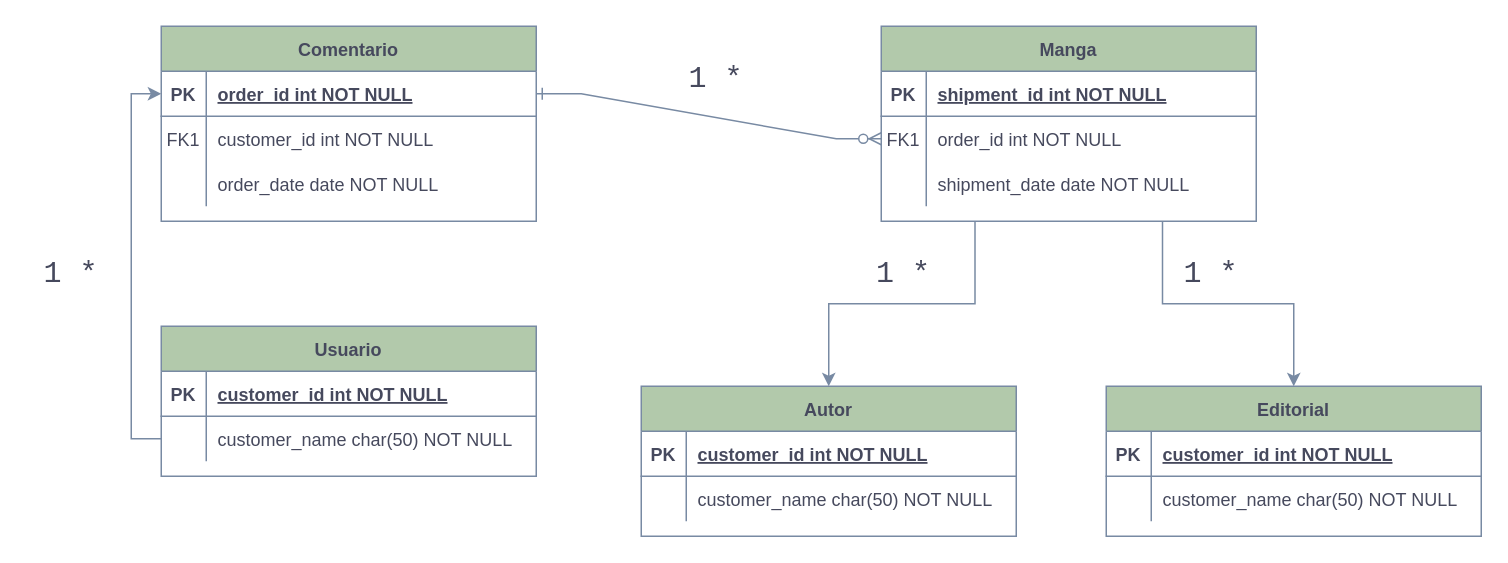
Earlier version of the draw.io diagram Documentation/e-r.drawio (Aikarubi/Nova-manga). Source tidied: cells renumbered, new cells numbered last; positions are measured from the earlier drawing's top-left corner, leaving out a move shared by most shapes. Both pictures are drawn from the tidied source at 150%, with x=0, y=0 at pixel (26, 26).
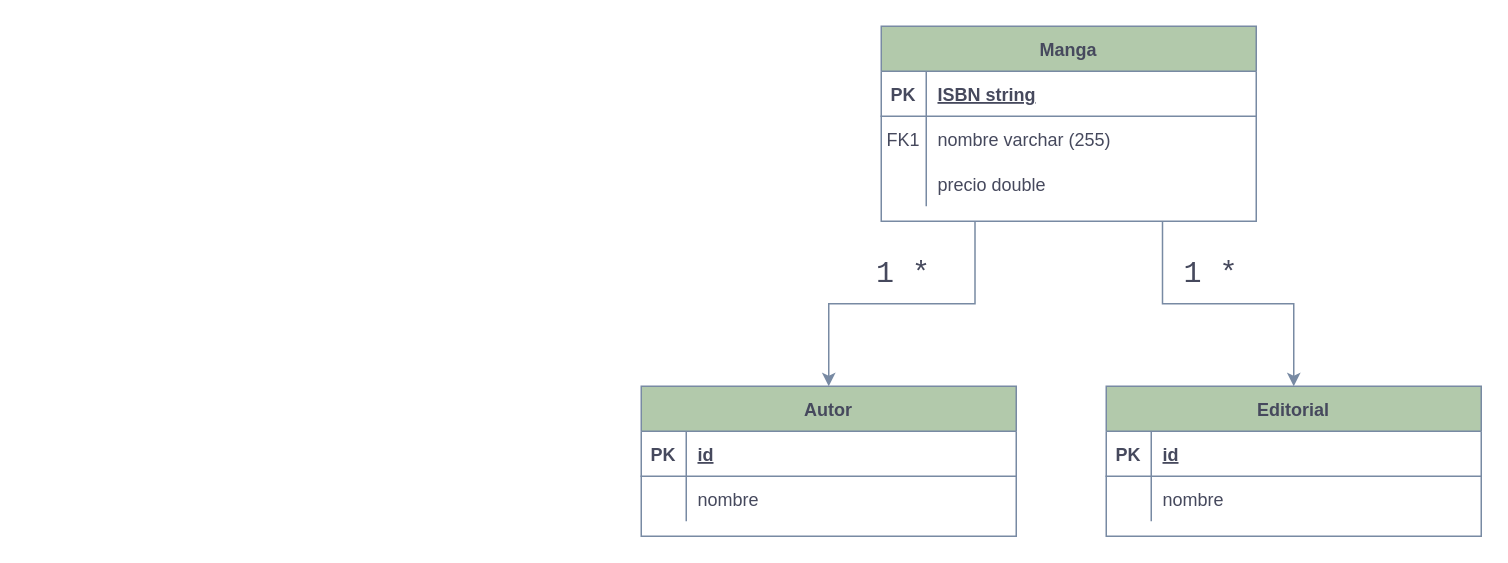
Above is the later version.

The change refers to these unchanged cells:
```xml
<mxCell id="14" style="shape=partialRectangle;fillColor=none;top=0;left=0;right=0;bottom=1;labelBackgroundColor=none;strokeColor=#788AA3;fontColor=#46495D;rounded=0;" parent="13" vertex="1">
  <mxGeometry y="30" width="250" height="30" as="geometry" />
</mxCell>
<mxCell id="17" style="shape=partialRectangle;fillColor=none;points=[[0,0.5],[1,0.5]];portConstraint=eastwest;top=0;left=0;right=0;bottom=0;labelBackgroundColor=none;strokeColor=#788AA3;fontColor=#46495D;rounded=0;" parent="13" vertex="1">
  <mxGeometry y="60" width="250" height="30" as="geometry" />
</mxCell>
<mxCell id="20" style="shape=partialRectangle;fillColor=none;top=0;left=0;right=0;bottom=0;labelBackgroundColor=none;strokeColor=#788AA3;fontColor=#46495D;rounded=0;" parent="13" vertex="1">
  <mxGeometry y="90" width="250" height="30" as="geometry" />
</mxCell>
<mxCell id="31" style="shape=partialRectangle;fillColor=none;top=0;left=0;right=0;bottom=1;labelBackgroundColor=none;strokeColor=#788AA3;fontColor=#46495D;rounded=0;" parent="30" vertex="1">
  <mxGeometry y="30" width="250" height="30" as="geometry" />
</mxCell>
<mxCell id="34" style="shape=partialRectangle;fillColor=none;top=0;left=0;right=0;bottom=0;labelBackgroundColor=none;strokeColor=#788AA3;fontColor=#46495D;rounded=0;" parent="30" vertex="1">
  <mxGeometry y="60" width="250" height="30" as="geometry" />
</mxCell>
<mxCell id="38" style="shape=partialRectangle;fillColor=none;top=0;left=0;right=0;bottom=1;labelBackgroundColor=none;strokeColor=#788AA3;fontColor=#46495D;rounded=0;" parent="37" vertex="1">
  <mxGeometry y="30" width="250" height="30" as="geometry" />
</mxCell>
<mxCell id="41" style="shape=partialRectangle;fillColor=none;top=0;left=0;right=0;bottom=0;labelBackgroundColor=none;strokeColor=#788AA3;fontColor=#46495D;rounded=0;" parent="37" vertex="1">
  <mxGeometry y="60" width="250" height="30" as="geometry" />
</mxCell>
```

What changed in the source:
```diff
@@
-    <mxCell id="2" style="edgeStyle=entityRelationEdgeStyle;endArrow=ERzeroToMany;startArrow=ERone;endFill=1;startFill=0;labelBackgroundColor=none;strokeColor=#788AA3;fontColor=default;rounded=0;" parent="1" edge="1" source="4" target="17">
-      <mxGeometry relative="1" as="geometry" />
-    </mxCell>
-    <mxCell id="3" value="Comentario" style="shape=table;startSize=30;childLayout=tableLayout;rowLines=0;fontStyle=1;align=center;labelBackgroundColor=none;fillColor=#B2C9AB;strokeColor=#788AA3;fontColor=#46495D;rounded=0;" parent="1" vertex="1">
-      <mxGeometry x="90" width="250" height="130" as="geometry" />
-    </mxCell>
-    <mxCell id="4" style="shape=partialRectangle;fillColor=none;points=[[0,0.5],[1,0.5]];portConstraint=eastwest;top=0;left=0;right=0;bottom=1;labelBackgroundColor=none;strokeColor=#788AA3;fontColor=#46495D;rounded=0;" parent="3" vertex="1">
-      <mxGeometry y="30" width="250" height="30" as="geometry" />
-    </mxCell>
-    <mxCell id="5" value="PK" style="shape=partialRectangle;overflow=hidden;fillColor=none;top=0;left=0;bottom=0;right=0;fontStyle=1;labelBackgroundColor=none;strokeColor=#788AA3;fontColor=#46495D;rounded=0;" parent="4" vertex="1">
-      <mxGeometry width="30" height="30" as="geometry" />
-    </mxCell>
-    <mxCell id="6" value="order_id int NOT NULL " style="shape=partialRectangle;overflow=hidden;fillColor=none;top=0;left=0;bottom=0;right=0;align=left;spacingLeft=6;fontStyle=5;labelBackgroundColor=none;strokeColor=#788AA3;fontColor=#46495D;rounded=0;" parent="4" vertex="1">
-      <mxGeometry x="30" width="220" height="30" as="geometry" />
-    </mxCell>
-    <mxCell id="7" style="shape=partialRectangle;fillColor=none;top=0;left=0;right=0;bottom=0;labelBackgroundColor=none;strokeColor=#788AA3;fontColor=#46495D;rounded=0;" parent="3" vertex="1">
-      <mxGeometry y="60" width="250" height="30" as="geometry" />
-    </mxCell>
-    <mxCell id="8" value="FK1" style="shape=partialRectangle;overflow=hidden;fillColor=none;top=0;left=0;bottom=0;right=0;labelBackgroundColor=none;strokeColor=#788AA3;fontColor=#46495D;rounded=0;" parent="7" vertex="1">
-      <mxGeometry width="30" height="30" as="geometry" />
-    </mxCell>
-    <mxCell id="9" value="customer_id int NOT NULL" style="shape=partialRectangle;overflow=hidden;fillColor=none;top=0;left=0;bottom=0;right=0;align=left;spacingLeft=6;labelBackgroundColor=none;strokeColor=#788AA3;fontColor=#46495D;rounded=0;" parent="7" vertex="1">
-      <mxGeometry x="30" width="220" height="30" as="geometry" />
-    </mxCell>
-    <mxCell id="10" style="shape=partialRectangle;fillColor=none;top=0;left=0;right=0;bottom=0;labelBackgroundColor=none;strokeColor=#788AA3;fontColor=#46495D;rounded=0;" parent="3" vertex="1">
-      <mxGeometry y="90" width="250" height="30" as="geometry" />
-    </mxCell>
-    <mxCell id="11" style="shape=partialRectangle;overflow=hidden;fillColor=none;top=0;left=0;bottom=0;right=0;labelBackgroundColor=none;strokeColor=#788AA3;fontColor=#46495D;rounded=0;" parent="10" vertex="1">
-      <mxGeometry width="30" height="30" as="geometry" />
-    </mxCell>
-    <mxCell id="12" value="order_date date NOT NULL" style="shape=partialRectangle;overflow=hidden;fillColor=none;top=0;left=0;bottom=0;right=0;align=left;spacingLeft=6;labelBackgroundColor=none;strokeColor=#788AA3;fontColor=#46495D;rounded=0;" parent="10" vertex="1">
-      <mxGeometry x="30" width="220" height="30" as="geometry" />
-    </mxCell>
@@
-    <mxCell id="16" value="shipment_id int NOT NULL " style="shape=partialRectangle;overflow=hidden;fillColor=none;top=0;left=0;bottom=0;right=0;align=left;spacingLeft=6;fontStyle=5;labelBackgroundColor=none;strokeColor=#788AA3;fontColor=#46495D;rounded=0;" parent="14" vertex="1">
+    <mxCell id="16" value="ISBN string" style="shape=partialRectangle;overflow=hidden;fillColor=none;top=0;left=0;bottom=0;right=0;align=left;spacingLeft=6;fontStyle=5;labelBackgroundColor=none;strokeColor=#788AA3;fontColor=#46495D;rounded=0;" parent="14" vertex="1">
       <mxGeometry x="30" width="220" height="30" as="geometry" />
     </mxCell>
@@
-    <mxCell id="19" value="order_id int NOT NULL" style="shape=partialRectangle;overflow=hidden;fillColor=none;top=0;left=0;bottom=0;right=0;align=left;spacingLeft=6;labelBackgroundColor=none;strokeColor=#788AA3;fontColor=#46495D;rounded=0;" parent="17" vertex="1">
+    <mxCell id="19" value="nombre varchar (255)" style="shape=partialRectangle;overflow=hidden;fillColor=none;top=0;left=0;bottom=0;right=0;align=left;spacingLeft=6;labelBackgroundColor=none;strokeColor=#788AA3;fontColor=#46495D;rounded=0;" parent="17" vertex="1">
       <mxGeometry x="30" width="220" height="30" as="geometry" />
     </mxCell>
@@
-    <mxCell id="22" value="shipment_date date NOT NULL" style="shape=partialRectangle;overflow=hidden;fillColor=none;top=0;left=0;bottom=0;right=0;align=left;spacingLeft=6;labelBackgroundColor=none;strokeColor=#788AA3;fontColor=#46495D;rounded=0;" parent="20" vertex="1">
+    <mxCell id="22" value="precio double" style="shape=partialRectangle;overflow=hidden;fillColor=none;top=0;left=0;bottom=0;right=0;align=left;spacingLeft=6;labelBackgroundColor=none;strokeColor=#788AA3;fontColor=#46495D;rounded=0;" parent="20" vertex="1">
       <mxGeometry x="30" width="220" height="30" as="geometry" />
     </mxCell>
-    <mxCell id="23" value="Usuario" style="shape=table;startSize=30;childLayout=tableLayout;rowLines=0;fontStyle=1;align=center;labelBackgroundColor=none;fillColor=#B2C9AB;strokeColor=#788AA3;fontColor=#46495D;rounded=0;" parent="1" vertex="1">
-      <mxGeometry x="90" y="200" width="250" height="100" as="geometry" />
-    </mxCell>
-    <mxCell id="24" style="shape=partialRectangle;fillColor=none;top=0;left=0;right=0;bottom=1;labelBackgroundColor=none;strokeColor=#788AA3;fontColor=#46495D;rounded=0;" parent="23" vertex="1">
-      <mxGeometry y="30" width="250" height="30" as="geometry" />
-    </mxCell>
-    <mxCell id="25" value="PK" style="shape=partialRectangle;overflow=hidden;fillColor=none;top=0;left=0;bottom=0;right=0;fontStyle=1;labelBackgroundColor=none;strokeColor=#788AA3;fontColor=#46495D;rounded=0;" parent="24" vertex="1">
-      <mxGeometry width="30" height="30" as="geometry" />
-    </mxCell>
-    <mxCell id="26" value="customer_id int NOT NULL " style="shape=partialRectangle;overflow=hidden;fillColor=none;top=0;left=0;bottom=0;right=0;align=left;spacingLeft=6;fontStyle=5;labelBackgroundColor=none;strokeColor=#788AA3;fontColor=#46495D;rounded=0;" parent="24" vertex="1">
-      <mxGeometry x="30" width="220" height="30" as="geometry" />
-    </mxCell>
-    <mxCell id="27" style="shape=partialRectangle;fillColor=none;points=[[0,0.5],[1,0.5]];portConstraint=eastwest;top=0;left=0;right=0;bottom=0;labelBackgroundColor=none;strokeColor=#788AA3;fontColor=#46495D;rounded=0;" parent="23" vertex="1">
-      <mxGeometry y="60" width="250" height="30" as="geometry" />
-    </mxCell>
-    <mxCell id="28" style="shape=partialRectangle;overflow=hidden;fillColor=none;top=0;left=0;bottom=0;right=0;labelBackgroundColor=none;strokeColor=#788AA3;fontColor=#46495D;rounded=0;" parent="27" vertex="1">
-      <mxGeometry width="30" height="30" as="geometry" />
-    </mxCell>
-    <mxCell id="29" value="customer_name char(50) NOT NULL" style="shape=partialRectangle;overflow=hidden;fillColor=none;top=0;left=0;bottom=0;right=0;align=left;spacingLeft=6;labelBackgroundColor=none;strokeColor=#788AA3;fontColor=#46495D;rounded=0;" parent="27" vertex="1">
-      <mxGeometry x="30" width="220" height="30" as="geometry" />
-    </mxCell>
@@
-    <mxCell id="33" value="customer_id int NOT NULL " style="shape=partialRectangle;overflow=hidden;fillColor=none;top=0;left=0;bottom=0;right=0;align=left;spacingLeft=6;fontStyle=5;labelBackgroundColor=none;strokeColor=#788AA3;fontColor=#46495D;rounded=0;" parent="31" vertex="1">
+    <mxCell id="33" value="id" style="shape=partialRectangle;overflow=hidden;fillColor=none;top=0;left=0;bottom=0;right=0;align=left;spacingLeft=6;fontStyle=5;labelBackgroundColor=none;strokeColor=#788AA3;fontColor=#46495D;rounded=0;" parent="31" vertex="1">
       <mxGeometry x="30" width="220" height="30" as="geometry" />
     </mxCell>
@@
-    <mxCell id="36" value="customer_name char(50) NOT NULL" style="shape=partialRectangle;overflow=hidden;fillColor=none;top=0;left=0;bottom=0;right=0;align=left;spacingLeft=6;labelBackgroundColor=none;strokeColor=#788AA3;fontColor=#46495D;rounded=0;" parent="34" vertex="1">
+    <mxCell id="36" value="nombre" style="shape=partialRectangle;overflow=hidden;fillColor=none;top=0;left=0;bottom=0;right=0;align=left;spacingLeft=6;labelBackgroundColor=none;strokeColor=#788AA3;fontColor=#46495D;rounded=0;" parent="34" vertex="1">
       <mxGeometry x="30" width="220" height="30" as="geometry" />
     </mxCell>
@@
-    <mxCell id="40" value="customer_id int NOT NULL " style="shape=partialRectangle;overflow=hidden;fillColor=none;top=0;left=0;bottom=0;right=0;align=left;spacingLeft=6;fontStyle=5;labelBackgroundColor=none;strokeColor=#788AA3;fontColor=#46495D;rounded=0;" parent="38" vertex="1">
+    <mxCell id="40" value="id" style="shape=partialRectangle;overflow=hidden;fillColor=none;top=0;left=0;bottom=0;right=0;align=left;spacingLeft=6;fontStyle=5;labelBackgroundColor=none;strokeColor=#788AA3;fontColor=#46495D;rounded=0;" parent="38" vertex="1">
       <mxGeometry x="30" width="220" height="30" as="geometry" />
     </mxCell>
@@
-    <mxCell id="43" value="customer_name char(50) NOT NULL" style="shape=partialRectangle;overflow=hidden;fillColor=none;top=0;left=0;bottom=0;right=0;align=left;spacingLeft=6;labelBackgroundColor=none;strokeColor=#788AA3;fontColor=#46495D;rounded=0;" parent="41" vertex="1">
+    <mxCell id="43" value="nombre" style="shape=partialRectangle;overflow=hidden;fillColor=none;top=0;left=0;bottom=0;right=0;align=left;spacingLeft=6;labelBackgroundColor=none;strokeColor=#788AA3;fontColor=#46495D;rounded=0;" parent="41" vertex="1">
       <mxGeometry x="30" width="220" height="30" as="geometry" />
     </mxCell>
-    <mxCell id="44" value="&lt;pre&gt;1 *&lt;/pre&gt;" style="text;html=1;strokeColor=none;fillColor=none;align=center;verticalAlign=middle;whiteSpace=wrap;rounded=0;fontSize=20;fontFamily=Architects Daughter;labelBackgroundColor=none;fontColor=#46495D;" parent="1" vertex="1">
-      <mxGeometry y="150" width="60" height="30" as="geometry" />
-    </mxCell>
-    <mxCell id="45" value="&lt;pre&gt;1 *&lt;/pre&gt;" style="text;html=1;strokeColor=none;fillColor=none;align=center;verticalAlign=middle;whiteSpace=wrap;rounded=0;fontSize=20;fontFamily=Architects Daughter;labelBackgroundColor=none;fontColor=#46495D;" parent="1" vertex="1">
-      <mxGeometry x="430" y="20" width="60" height="30" as="geometry" />
-    </mxCell>
@@
-    <mxCell id="48" style="edgeStyle=orthogonalEdgeStyle;hachureGap=4;jettySize=auto;html=1;exitX=0;exitY=0.5;exitDx=0;exitDy=0;entryX=0;entryY=0.5;entryDx=0;entryDy=0;fontFamily=Architects Daughter;fontSize=16;rounded=0;labelBackgroundColor=none;strokeColor=#788AA3;fontColor=default;" parent="1" edge="1" source="27" target="4">
-      <mxGeometry relative="1" as="geometry" />
-    </mxCell>
```
